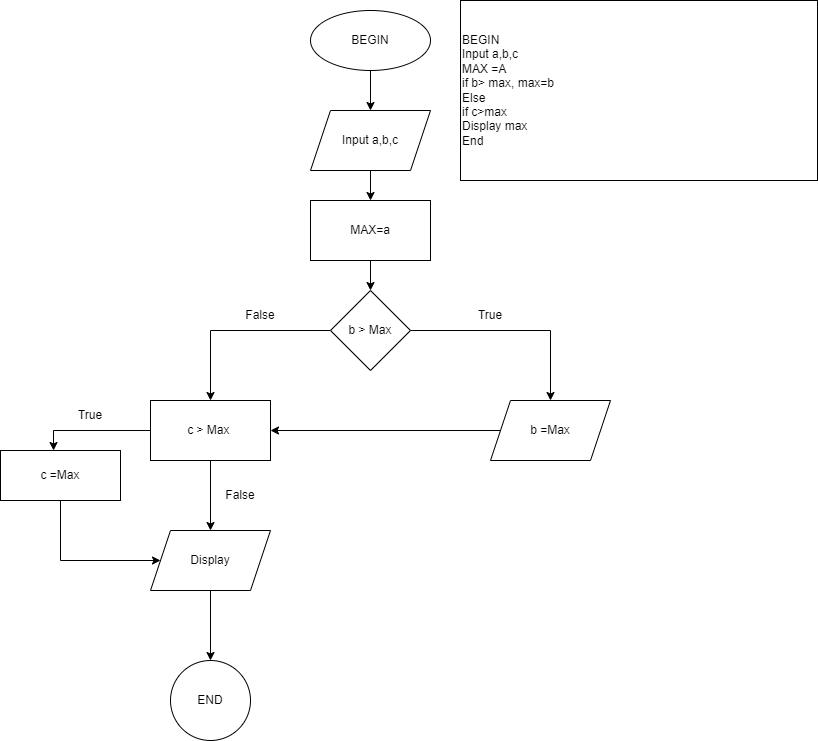
Before: ss3_pseudocode_flowchart/Gia_tri_lon_nhat_trong_3_so/3_so_tu_nhien_lon_nhat.drawio.png, a diagram exported from draw.io (C1222G1HuuThang/C1222G1--NguyenHuuThang). Source tidied: cells renumbered, new cells last; positions are measured from the earlier drawing's top-left corner, leaving out a move shared by most shapes. Its diagram source:
```xml
<mxGraphModel>
  <root>
    <mxCell id="0" />
    <mxCell id="1" parent="0" />
    <mxCell id="2" style="edgeStyle=orthogonalEdgeStyle;rounded=0;jettySize=auto;html=1;" parent="1" edge="1" source="3" target="5">
      <mxGeometry relative="1" as="geometry" />
    </mxCell>
    <mxCell id="3" value="BEGIN" style="ellipse;whiteSpace=wrap;html=1;" parent="1" vertex="1">
      <mxGeometry x="310" y="10" width="120" height="60" as="geometry" />
    </mxCell>
    <mxCell id="4" style="edgeStyle=orthogonalEdgeStyle;rounded=0;jettySize=auto;html=1;" parent="1" edge="1" source="5" target="7">
      <mxGeometry relative="1" as="geometry" />
    </mxCell>
    <mxCell id="5" value="Input a,b,c" style="shape=parallelogram;perimeter=parallelogramPerimeter;whiteSpace=wrap;html=1;fixedSize=1;" parent="1" vertex="1">
      <mxGeometry x="310" y="110" width="120" height="60" as="geometry" />
    </mxCell>
    <mxCell id="6" style="edgeStyle=orthogonalEdgeStyle;rounded=0;jettySize=auto;html=1;" parent="1" edge="1" source="7" target="10">
      <mxGeometry relative="1" as="geometry" />
    </mxCell>
    <mxCell id="7" value="MAX=a" style="whiteSpace=wrap;html=1;" parent="1" vertex="1">
      <mxGeometry x="310" y="200" width="120" height="60" as="geometry" />
    </mxCell>
    <mxCell id="8" style="edgeStyle=orthogonalEdgeStyle;rounded=0;jettySize=auto;html=1;" parent="1" edge="1" source="10" target="11">
      <mxGeometry relative="1" as="geometry" />
    </mxCell>
    <mxCell id="9" style="edgeStyle=orthogonalEdgeStyle;rounded=0;jettySize=auto;html=1;" parent="1" edge="1" source="10" target="13">
      <mxGeometry relative="1" as="geometry" />
    </mxCell>
    <mxCell id="10" value="b &amp;gt; Max" style="rhombus;whiteSpace=wrap;html=1;" parent="1" vertex="1">
      <mxGeometry x="330" y="290" width="80" height="80" as="geometry" />
    </mxCell>
    <mxCell id="11" value="c &amp;gt; Max&amp;nbsp;" style="whiteSpace=wrap;html=1;" parent="1" vertex="1">
      <mxGeometry x="150" y="400" width="120" height="60" as="geometry" />
    </mxCell>
    <mxCell id="12" value="False" style="text;html=1;strokeColor=none;fillColor=none;align=center;verticalAlign=middle;whiteSpace=wrap;rounded=0;" parent="1" vertex="1">
      <mxGeometry x="230" y="300" width="60" height="30" as="geometry" />
    </mxCell>
    <mxCell id="13" value="b =Max" style="shape=parallelogram;perimeter=parallelogramPerimeter;whiteSpace=wrap;html=1;fixedSize=1;" parent="1" vertex="1">
      <mxGeometry x="490" y="400" width="120" height="60" as="geometry" />
    </mxCell>
    <mxCell id="14" value="True" style="text;html=1;strokeColor=none;fillColor=none;align=center;verticalAlign=middle;whiteSpace=wrap;rounded=0;" parent="1" vertex="1">
      <mxGeometry x="460" y="300" width="60" height="30" as="geometry" />
    </mxCell>
    <mxCell id="15" value="c =Max" style="rounded=0;whiteSpace=wrap;html=1;" parent="1" vertex="1">
      <mxGeometry y="450" width="120" height="50" as="geometry" />
    </mxCell>
    <mxCell id="16" style="endArrow=classic;html=1;rounded=0;entryX=1;entryY=0.5;entryDx=0;entryDy=0;" parent="1" edge="1" source="13" target="11">
      <mxGeometry relative="1" as="geometry" />
    </mxCell>
    <mxCell id="17" style="edgeStyle=orthogonalEdgeStyle;rounded=0;jettySize=auto;html=1;" parent="1" edge="1" source="18" target="19">
      <mxGeometry relative="1" as="geometry" />
    </mxCell>
    <mxCell id="18" value="Display" style="shape=parallelogram;perimeter=parallelogramPerimeter;whiteSpace=wrap;html=1;fixedSize=1;" parent="1" vertex="1">
      <mxGeometry x="150" y="530" width="120" height="60" as="geometry" />
    </mxCell>
    <mxCell id="19" value="END" style="ellipse;whiteSpace=wrap;html=1;" parent="1" vertex="1">
      <mxGeometry x="170" y="660" width="80" height="80" as="geometry" />
    </mxCell>
    <mxCell id="20" value="False" style="text;html=1;strokeColor=none;fillColor=none;align=center;verticalAlign=middle;whiteSpace=wrap;rounded=0;" parent="1" vertex="1">
      <mxGeometry x="210" y="480" width="60" height="30" as="geometry" />
    </mxCell>
    <mxCell id="21" style="endArrow=classic;html=1;rounded=0;exitX=0.5;exitY=1;exitDx=0;exitDy=0;entryX=0.5;entryY=0;entryDx=0;entryDy=0;" parent="1" edge="1" source="11" target="18">
      <mxGeometry relative="1" as="geometry" />
    </mxCell>
    <mxCell id="22" style="endArrow=classic;html=1;rounded=0;exitX=0;exitY=0.5;exitDx=0;exitDy=0;entryX=0.442;entryY=0;entryDx=0;entryDy=0;entryPerimeter=0;" parent="1" edge="1" source="11" target="15">
      <mxGeometry relative="1" as="geometry">
        <Array as="points">
          <mxPoint x="53" y="430" />
        </Array>
      </mxGeometry>
    </mxCell>
    <mxCell id="23" value="True" style="text;html=1;strokeColor=none;fillColor=none;align=center;verticalAlign=middle;whiteSpace=wrap;rounded=0;" parent="1" vertex="1">
      <mxGeometry x="60" y="400" width="60" height="30" as="geometry" />
    </mxCell>
    <mxCell id="24" style="endArrow=classic;html=1;rounded=0;exitX=0.5;exitY=1;exitDx=0;exitDy=0;entryX=0;entryY=0.5;entryDx=0;entryDy=0;" parent="1" edge="1" source="15" target="18">
      <mxGeometry relative="1" as="geometry">
        <Array as="points">
          <mxPoint x="60" y="560" />
        </Array>
      </mxGeometry>
    </mxCell>
    <mxCell id="25" value="BEGIN&lt;br&gt;Input a,b,c&lt;br&gt;MAX =A&lt;br&gt;if b&amp;gt; max, max=b&lt;br&gt;Else &lt;br&gt;if c&amp;gt;max&lt;br&gt;Display max&lt;br&gt;End" style="rounded=0;whiteSpace=wrap;html=1;align=left;" parent="1" vertex="1">
      <mxGeometry x="460" width="357" height="180" as="geometry" />
    </mxCell>
  </root>
</mxGraphModel>
```
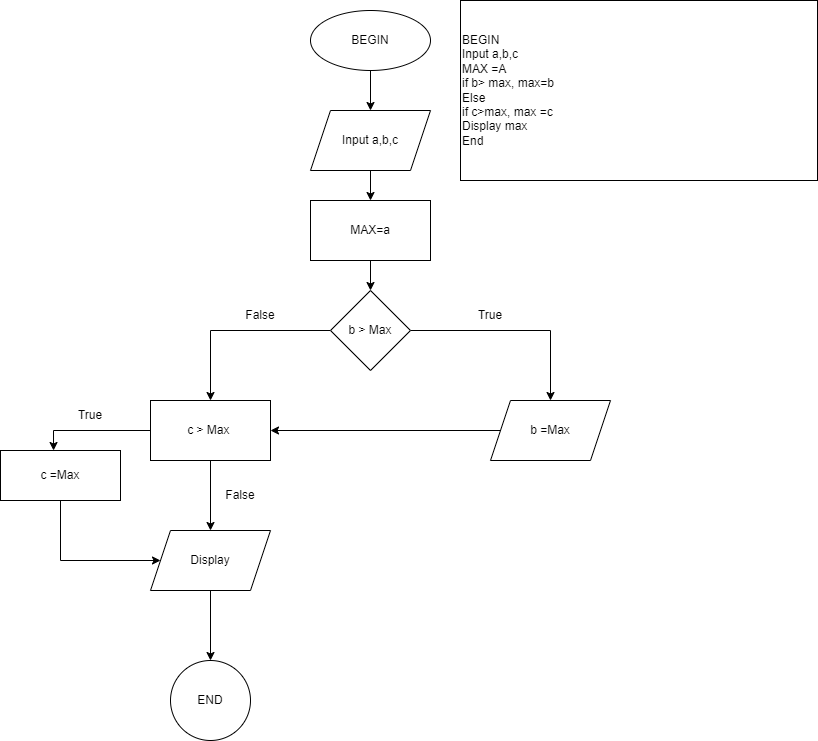
The same file after the commit.

Change to the diagram source:
```diff
@@ -79,7 +79,7 @@
         </Array>
       </mxGeometry>
     </mxCell>
-    <mxCell id="25" value="BEGIN&lt;br&gt;Input a,b,c&lt;br&gt;MAX =A&lt;br&gt;if b&amp;gt; max, max=b&lt;br&gt;Else &lt;br&gt;if c&amp;gt;max&lt;br&gt;Display max&lt;br&gt;End" style="rounded=0;whiteSpace=wrap;html=1;align=left;" parent="1" vertex="1">
+    <mxCell id="25" value="BEGIN&lt;br&gt;Input a,b,c&lt;br&gt;MAX =A&lt;br&gt;if b&amp;gt; max, max=b&lt;br&gt;Else &lt;br&gt;if c&amp;gt;max, max =c&lt;br&gt;Display max&lt;br&gt;End" style="rounded=0;whiteSpace=wrap;html=1;align=left;" parent="1" vertex="1">
       <mxGeometry x="460" width="357" height="180" as="geometry" />
     </mxCell>
   </root>
```
